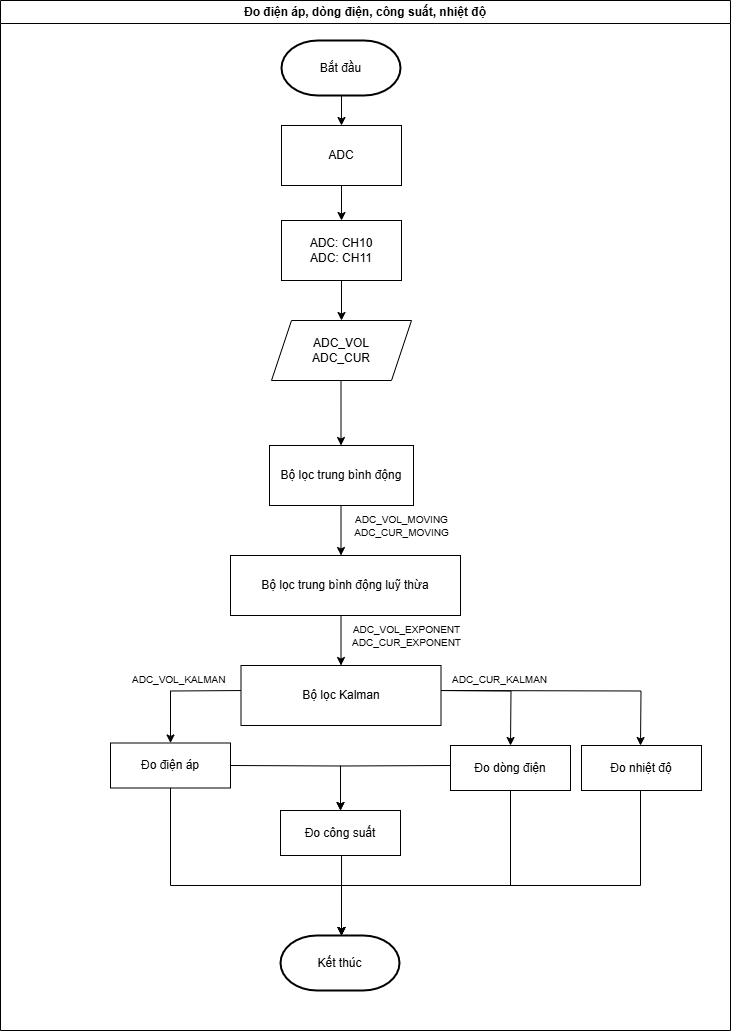
Before: FLOWCHART-VIE/FLOWCHART-VOL-CUR-POW-TEMP.png, a diagram exported from draw.io (Quynguyen34/CNC-Drill-Graduation-Project). Source tidied: cells renumbered, new cells last; positions are measured from the earlier drawing's top-left corner, leaving out a move shared by most shapes.
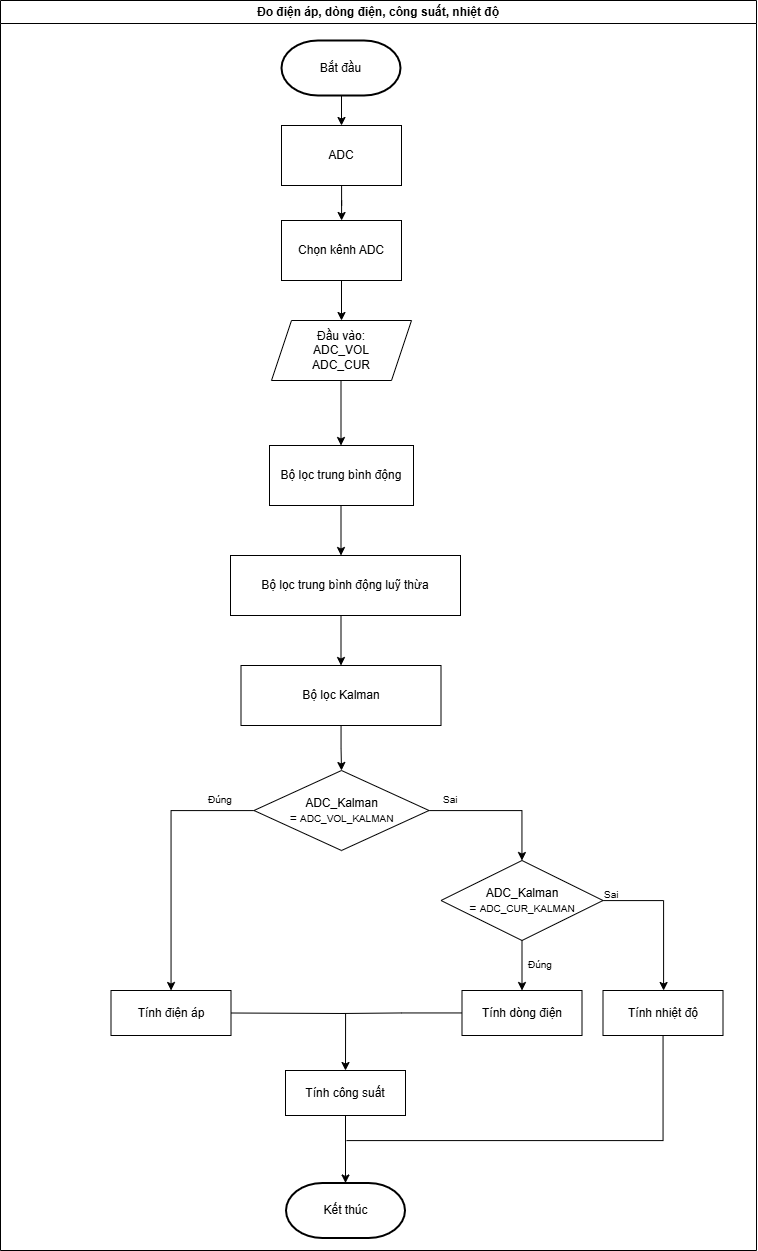
The same diagram one commit later.

Change to the diagram source:
```diff
@@ -3,7 +3,7 @@
     <mxCell id="0" />
     <mxCell id="1" parent="0" />
     <mxCell id="2" value="Đo điện áp, dòng điện, công suất, nhiệt độ" style="swimlane;whiteSpace=wrap;html=1;" parent="1" vertex="1">
-      <mxGeometry width="730" height="1030" as="geometry" />
+      <mxGeometry width="756" height="1250" as="geometry" />
     </mxCell>
     <mxCell id="3" style="edgeStyle=orthogonalEdgeStyle;rounded=0;orthogonalLoop=1;jettySize=auto;html=1;exitX=0.5;exitY=1;exitDx=0;exitDy=0;entryX=0.5;entryY=0;entryDx=0;entryDy=0;" parent="2" edge="1">
       <mxGeometry relative="1" as="geometry">
@@ -23,81 +23,17 @@
         <mxPoint x="340.5" y="665" as="targetPoint" />
       </mxGeometry>
     </mxCell>
-    <mxCell id="6" value="&lt;font style=&quot;font-size: 10px;&quot;&gt;ADC_VOL_MOVING&lt;/font&gt;&lt;div style=&quot;font-size: 10px;&quot;&gt;&lt;font style=&quot;font-size: 10px;&quot;&gt;ADC_CUR_MOVING&lt;/font&gt;&lt;/div&gt;" style="text;html=1;align=center;verticalAlign=middle;strokeColor=none;fillColor=none;" parent="2" vertex="1">
-      <mxGeometry x="341" y="505" width="120" height="40" as="geometry" />
-    </mxCell>
-    <mxCell id="7" style="edgeStyle=orthogonalEdgeStyle;rounded=0;orthogonalLoop=1;jettySize=auto;html=1;" parent="2" edge="1">
-      <mxGeometry relative="1" as="geometry">
-        <mxPoint x="435.5" y="690" as="sourcePoint" />
-        <mxPoint x="510" y="745" as="targetPoint" />
-      </mxGeometry>
-    </mxCell>
-    <mxCell id="8" style="edgeStyle=orthogonalEdgeStyle;rounded=0;jettySize=auto;html=1;entryX=0.5;entryY=0;entryDx=0;entryDy=0;" parent="2" edge="1" target="29">
-      <mxGeometry relative="1" as="geometry">
-        <mxPoint x="246.5" y="690" as="sourcePoint" />
-      </mxGeometry>
-    </mxCell>
-    <mxCell id="9" style="edgeStyle=orthogonalEdgeStyle;rounded=0;orthogonalLoop=1;jettySize=auto;html=1;entryX=0.5;entryY=0;entryDx=0;entryDy=0;" parent="2" edge="1">
-      <mxGeometry relative="1" as="geometry">
-        <mxPoint x="435.5" y="690" as="sourcePoint" />
-        <mxPoint x="640" y="745" as="targetPoint" />
-      </mxGeometry>
-    </mxCell>
-    <mxCell id="10" value="&lt;font style=&quot;font-size: 10px;&quot;&gt;ADC_VOL_EXPONENT&lt;/font&gt;&lt;div style=&quot;font-size: 10px;&quot;&gt;&lt;font style=&quot;font-size: 10px;&quot;&gt;ADC_CUR_EXPONENT&lt;/font&gt;&lt;/div&gt;" style="text;html=1;align=center;verticalAlign=middle;strokeColor=none;fillColor=none;" parent="2" vertex="1">
-      <mxGeometry x="341" y="615" width="130" height="40" as="geometry" />
-    </mxCell>
-    <mxCell id="11" style="edgeStyle=orthogonalEdgeStyle;rounded=0;jettySize=auto;html=1;entryX=0.5;entryY=0;entryDx=0;entryDy=0;" parent="2" edge="1" target="31">
-      <mxGeometry relative="1" as="geometry">
-        <mxPoint x="450" y="765" as="sourcePoint" />
-      </mxGeometry>
-    </mxCell>
-    <mxCell id="12" style="edgeStyle=orthogonalEdgeStyle;rounded=0;orthogonalLoop=1;jettySize=auto;html=1;entryX=0.5;entryY=0;entryDx=0;entryDy=0;" parent="2" edge="1">
-      <mxGeometry relative="1" as="geometry">
-        <mxPoint x="510" y="785" as="sourcePoint" />
-        <mxPoint x="341" y="935" as="targetPoint" />
-        <Array as="points">
-          <mxPoint x="510" y="885" />
-          <mxPoint x="341" y="885" />
-        </Array>
-      </mxGeometry>
-    </mxCell>
     <mxCell id="13" style="edgeStyle=orthogonalEdgeStyle;rounded=0;jettySize=auto;html=1;entryX=0.5;entryY=0;entryDx=0;entryDy=0;" parent="2" edge="1" target="31">
       <mxGeometry relative="1" as="geometry">
-        <mxPoint x="230" y="765" as="sourcePoint" />
+        <mxPoint x="230.5" y="1012.5" as="sourcePoint" />
       </mxGeometry>
     </mxCell>
-    <mxCell id="14" style="edgeStyle=orthogonalEdgeStyle;rounded=0;orthogonalLoop=1;jettySize=auto;html=1;entryX=0.5;entryY=0;entryDx=0;entryDy=0;" parent="2" edge="1">
-      <mxGeometry relative="1" as="geometry">
-        <mxPoint x="170" y="785" as="sourcePoint" />
-        <mxPoint x="341" y="935" as="targetPoint" />
-        <Array as="points">
-          <mxPoint x="170" y="885" />
-          <mxPoint x="341" y="885" />
-        </Array>
-      </mxGeometry>
-    </mxCell>
-    <mxCell id="15" value="&lt;div style=&quot;text-align: center;&quot;&gt;&lt;span style=&quot;background-color: initial; font-size: 10px; text-wrap: nowrap;&quot;&gt;ADC_VOL_KALMAN&lt;/span&gt;&lt;/div&gt;" style="text;whiteSpace=wrap;html=1;" parent="2" vertex="1">
-      <mxGeometry x="130" y="665" width="100" height="20" as="geometry" />
+    <mxCell id="15" value="&lt;div style=&quot;text-align: center;&quot;&gt;&lt;br&gt;&lt;/div&gt;" style="text;whiteSpace=wrap;html=1;" parent="2" vertex="1">
+      <mxGeometry x="64" y="840" width="100" height="20" as="geometry" />
     </mxCell>
-    <mxCell id="16" value="&lt;div style=&quot;text-align: center;&quot;&gt;&lt;span style=&quot;background-color: initial; font-size: 10px; text-wrap: nowrap;&quot;&gt;ADC_CUR_KALMAN&lt;/span&gt;&lt;/div&gt;" style="text;whiteSpace=wrap;html=1;" parent="2" vertex="1">
-      <mxGeometry x="450" y="665" width="100" height="20" as="geometry" />
+    <mxCell id="16" value="&lt;div style=&quot;text-align: center;&quot;&gt;&lt;span style=&quot;font-size: 10px; text-wrap: nowrap;&quot;&gt;Đúng&lt;/span&gt;&lt;/div&gt;" style="text;whiteSpace=wrap;html=1;" parent="2" vertex="1">
+      <mxGeometry x="526" y="950" width="30" height="20" as="geometry" />
     </mxCell>
-    <mxCell id="17" style="edgeStyle=orthogonalEdgeStyle;rounded=0;orthogonalLoop=1;jettySize=auto;html=1;entryX=0.5;entryY=0;entryDx=0;entryDy=0;" parent="2" edge="1">
-      <mxGeometry relative="1" as="geometry">
-        <mxPoint x="640" y="785" as="sourcePoint" />
-        <mxPoint x="341" y="935" as="targetPoint" />
-        <Array as="points">
-          <mxPoint x="640" y="885" />
-          <mxPoint x="341" y="885" />
-        </Array>
-      </mxGeometry>
-    </mxCell>
-    <mxCell id="18" style="edgeStyle=orthogonalEdgeStyle;rounded=0;orthogonalLoop=1;jettySize=auto;html=1;" parent="2" edge="1">
-      <mxGeometry relative="1" as="geometry">
-        <mxPoint x="341" y="845" as="sourcePoint" />
-        <mxPoint x="341" y="935" as="targetPoint" />
-      </mxGeometry>
-    </mxCell>
     <mxCell id="19" value="Bắt đầu" style="strokeWidth=2;html=1;shape=mxgraph.flowchart.terminator;whiteSpace=wrap;" parent="2" vertex="1">
       <mxGeometry x="281" y="40" width="119" height="55" as="geometry" />
     </mxCell>
@@ -110,7 +46,7 @@
     <mxCell id="22" style="edgeStyle=orthogonalEdgeStyle;rounded=0;jettySize=auto;html=1;" parent="2" edge="1" source="23" target="25">
       <mxGeometry relative="1" as="geometry" />
     </mxCell>
-    <mxCell id="23" value="ADC: CH10&lt;div&gt;ADC: CH11&lt;br&gt;&lt;/div&gt;" style="rounded=0;whiteSpace=wrap;html=1;" parent="2" vertex="1">
+    <mxCell id="23" value="&lt;div&gt;Chọn kênh ADC&lt;/div&gt;" style="rounded=0;whiteSpace=wrap;html=1;" parent="2" vertex="1">
       <mxGeometry x="281" y="220" width="120" height="60" as="geometry" />
     </mxCell>
     <mxCell id="24" style="edgeStyle=orthogonalEdgeStyle;rounded=0;jettySize=auto;html=1;" parent="2" edge="1" source="25">
@@ -118,7 +54,7 @@
         <mxPoint x="340.5" y="445" as="targetPoint" />
       </mxGeometry>
     </mxCell>
-    <mxCell id="25" value="ADC_VOL&lt;div&gt;ADC_CUR&lt;/div&gt;" style="shape=parallelogram;perimeter=parallelogramPerimeter;whiteSpace=wrap;html=1;fixedSize=1;" parent="2" vertex="1">
+    <mxCell id="25" value="&lt;div&gt;Đầu vào:&lt;/div&gt;ADC_VOL&lt;div&gt;ADC_CUR&lt;/div&gt;" style="shape=parallelogram;perimeter=parallelogramPerimeter;whiteSpace=wrap;html=1;fixedSize=1;" parent="2" vertex="1">
       <mxGeometry x="271" y="320" width="140" height="60" as="geometry" />
     </mxCell>
     <mxCell id="26" value="&lt;div&gt;Bộ lọc trung bình động&lt;/div&gt;" style="rounded=0;whiteSpace=wrap;html=1;" parent="2" vertex="1">
@@ -127,23 +63,74 @@
     <mxCell id="27" value="&lt;div&gt;Bộ lọc trung bình động luỹ thừa&lt;/div&gt;" style="rounded=0;whiteSpace=wrap;html=1;" parent="2" vertex="1">
       <mxGeometry x="230" y="555" width="230" height="60" as="geometry" />
     </mxCell>
+    <mxCell id="34" style="edgeStyle=orthogonalEdgeStyle;rounded=0;jettySize=auto;html=1;entryX=0.5;entryY=0;entryDx=0;entryDy=0;" parent="2" edge="1" source="28" target="40">
+      <mxGeometry relative="1" as="geometry" />
+    </mxCell>
     <mxCell id="28" value="&lt;div&gt;Bộ lọc Kalman&lt;/div&gt;" style="rounded=0;whiteSpace=wrap;html=1;" parent="2" vertex="1">
       <mxGeometry x="240.5" y="665" width="200" height="60" as="geometry" />
     </mxCell>
-    <mxCell id="29" value="Đo điện áp" style="rounded=0;whiteSpace=wrap;html=1;" parent="2" vertex="1">
-      <mxGeometry x="110" y="742.5" width="120" height="45" as="geometry" />
+    <mxCell id="29" value="Tính điện áp" style="rounded=0;whiteSpace=wrap;html=1;" parent="2" vertex="1">
+      <mxGeometry x="110.5" y="990" width="120" height="45" as="geometry" />
     </mxCell>
+    <mxCell id="35" style="edgeStyle=orthogonalEdgeStyle;rounded=0;jettySize=auto;html=1;endArrow=none;endFill=0;" parent="2" edge="1" source="30">
+      <mxGeometry relative="1" as="geometry">
+        <mxPoint x="340" y="1013" as="targetPoint" />
+      </mxGeometry>
+    </mxCell>
-    <mxCell id="30" value="Đo dòng điện" style="rounded=0;whiteSpace=wrap;html=1;" parent="2" vertex="1">
-      <mxGeometry x="450" y="745" width="120" height="45" as="geometry" />
+    <mxCell id="30" value="Tính dòng điện" style="rounded=0;whiteSpace=wrap;html=1;" parent="2" vertex="1">
+      <mxGeometry x="461.5" y="990" width="120" height="45" as="geometry" />
     </mxCell>
+    <mxCell id="36" style="edgeStyle=orthogonalEdgeStyle;rounded=0;jettySize=auto;html=1;" parent="2" edge="1" source="31" target="33">
+      <mxGeometry relative="1" as="geometry" />
+    </mxCell>
-    <mxCell id="31" value="Đo công suất" style="rounded=0;whiteSpace=wrap;html=1;" parent="2" vertex="1">
-      <mxGeometry x="280" y="810" width="120" height="45" as="geometry" />
+    <mxCell id="31" value="Tính công suất" style="rounded=0;whiteSpace=wrap;html=1;" parent="2" vertex="1">
+      <mxGeometry x="285" y="1070" width="120" height="45" as="geometry" />
     </mxCell>
+    <mxCell id="37" style="edgeStyle=orthogonalEdgeStyle;rounded=0;jettySize=auto;html=1;endArrow=none;endFill=0;" parent="2" edge="1" source="32">
+      <mxGeometry relative="1" as="geometry">
+        <mxPoint x="346" y="1140" as="targetPoint" />
+        <Array as="points">
+          <mxPoint x="662" y="1140" />
+          <mxPoint x="346" y="1140" />
+        </Array>
+      </mxGeometry>
+    </mxCell>
-    <mxCell id="32" value="Đo nhiệt độ" style="rounded=0;whiteSpace=wrap;html=1;" parent="2" vertex="1">
-      <mxGeometry x="581" y="745" width="120" height="45" as="geometry" />
+    <mxCell id="32" value="Tính nhiệt độ" style="rounded=0;whiteSpace=wrap;html=1;" parent="2" vertex="1">
+      <mxGeometry x="602.5" y="990" width="120" height="45" as="geometry" />
     </mxCell>
     <mxCell id="33" value="Kết thúc" style="strokeWidth=2;html=1;shape=mxgraph.flowchart.terminator;whiteSpace=wrap;" parent="2" vertex="1">
-      <mxGeometry x="280" y="935" width="119" height="55" as="geometry" />
+      <mxGeometry x="285.5" y="1182.5" width="119" height="55" as="geometry" />
     </mxCell>
+    <mxCell id="38" style="edgeStyle=orthogonalEdgeStyle;rounded=0;jettySize=auto;html=1;" parent="2" edge="1" source="40" target="29">
+      <mxGeometry relative="1" as="geometry" />
+    </mxCell>
+    <mxCell id="39" style="edgeStyle=orthogonalEdgeStyle;rounded=0;jettySize=auto;html=1;" parent="2" edge="1" source="40" target="43">
+      <mxGeometry relative="1" as="geometry" />
+    </mxCell>
+    <mxCell id="40" value="ADC_Kalman =&amp;nbsp;&lt;span style=&quot;font-size: 10px; text-wrap: nowrap;&quot;&gt;ADC_VOL_KALMAN&lt;/span&gt;" style="rhombus;whiteSpace=wrap;html=1;" parent="2" vertex="1">
+      <mxGeometry x="253.5" y="770" width="175" height="80" as="geometry" />
+    </mxCell>
+    <mxCell id="41" style="edgeStyle=orthogonalEdgeStyle;rounded=0;jettySize=auto;html=1;" parent="2" edge="1" source="43" target="30">
+      <mxGeometry relative="1" as="geometry" />
+    </mxCell>
+    <mxCell id="42" style="edgeStyle=orthogonalEdgeStyle;rounded=0;jettySize=auto;html=1;" parent="2" edge="1" source="43" target="32">
+      <mxGeometry relative="1" as="geometry">
+        <Array as="points">
+          <mxPoint x="663" y="900" />
+        </Array>
+      </mxGeometry>
+    </mxCell>
+    <mxCell id="43" value="ADC_Kalman =&amp;nbsp;&lt;span style=&quot;font-size: 10px; text-wrap: nowrap;&quot;&gt;ADC_CUR_KALMAN&lt;/span&gt;" style="rhombus;whiteSpace=wrap;html=1;" parent="2" vertex="1">
+      <mxGeometry x="440.5" y="860" width="162" height="80" as="geometry" />
+    </mxCell>
+    <mxCell id="44" value="&lt;div style=&quot;text-align: center;&quot;&gt;&lt;span style=&quot;font-size: 10px; text-wrap: nowrap;&quot;&gt;Đúng&lt;/span&gt;&lt;/div&gt;" style="text;whiteSpace=wrap;html=1;" parent="2" vertex="1">
+      <mxGeometry x="205.5" y="785" width="25" height="20" as="geometry" />
+    </mxCell>
+    <mxCell id="45" value="&lt;div style=&quot;text-align: center;&quot;&gt;&lt;span style=&quot;font-size: 10px; text-wrap: nowrap;&quot;&gt;Sai&lt;/span&gt;&lt;/div&gt;" style="text;whiteSpace=wrap;html=1;" parent="2" vertex="1">
+      <mxGeometry x="440.5" y="785" width="25" height="20" as="geometry" />
+    </mxCell>
+    <mxCell id="46" value="&lt;div style=&quot;text-align: center;&quot;&gt;&lt;span style=&quot;font-size: 10px; text-wrap: nowrap;&quot;&gt;Sai&lt;/span&gt;&lt;/div&gt;" style="text;whiteSpace=wrap;html=1;" parent="2" vertex="1">
+      <mxGeometry x="602.5" y="880" width="30" height="20" as="geometry" />
+    </mxCell>
   </root>
 </mxGraphModel>
```
